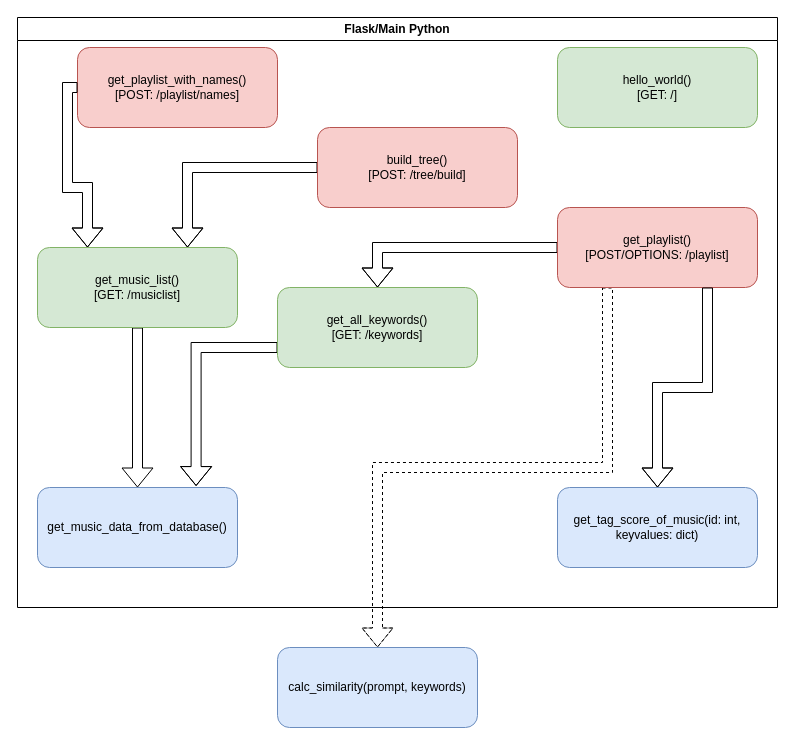
This is charts/tags.drawio from Hearlex/smart-playlist, a draw.io file, before an edit. Source tidied: cells renumbered, new cells numbered last; positions are measured from the earlier drawing's top-left corner, leaving out a move shared by most shapes. Both pictures are drawn from the tidied source at 100%, with x=0, y=0 at pixel (17, 17).
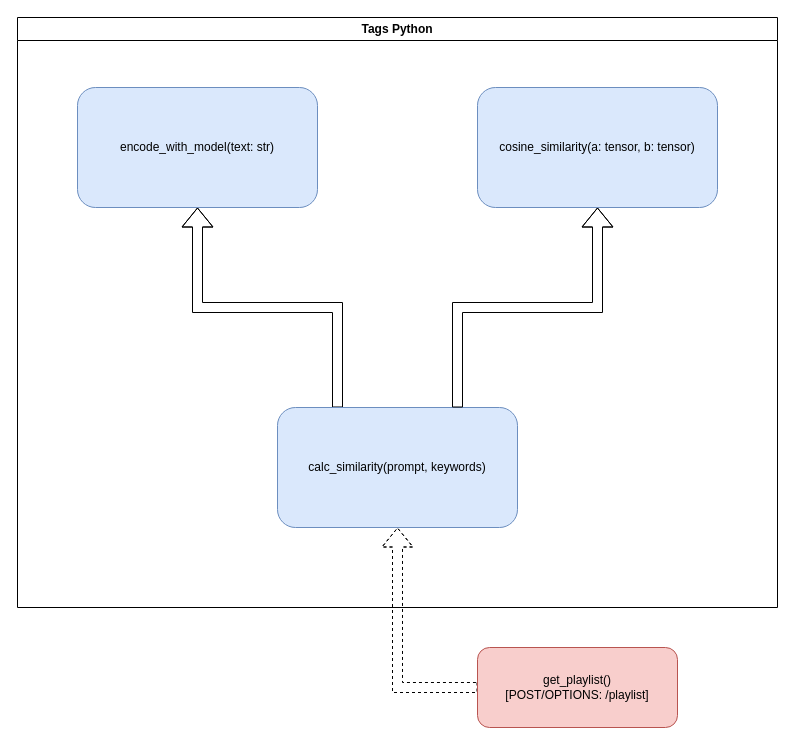
The same page after the edit.

Change to the diagram source:
```diff
@@
 <mxGraphModel>
   <root>
     <mxCell id="0" />
     <mxCell id="1" parent="0" />
-    <mxCell id="2" value="get_music_data_from_database()" style="rounded=1;whiteSpace=wrap;html=1;fillColor=#dae8fc;strokeColor=#6c8ebf;" parent="1" vertex="1">
-      <mxGeometry x="20" y="470" width="200" height="80" as="geometry" />
-    </mxCell>
-    <mxCell id="3" value="get_tag_score_of_music(id: int, keyvalues: dict)" style="rounded=1;whiteSpace=wrap;html=1;fillColor=#dae8fc;strokeColor=#6c8ebf;" parent="1" vertex="1">
-      <mxGeometry x="540" y="470" width="200" height="80" as="geometry" />
-    </mxCell>
-    <mxCell id="4" style="edgeStyle=orthogonalEdgeStyle;rounded=0;jettySize=auto;html=1;entryX=0.793;entryY=-0.018;entryDx=0;entryDy=0;entryPerimeter=0;shape=flexArrow;exitX=0;exitY=0.75;exitDx=0;exitDy=0;" parent="1" edge="1" source="5" target="2">
-      <mxGeometry relative="1" as="geometry" />
-    </mxCell>
-    <mxCell id="5" value="get_all_keywords()&lt;br&gt;[GET: /keywords]" style="rounded=1;whiteSpace=wrap;html=1;fillColor=#d5e8d4;strokeColor=#82b366;" parent="1" vertex="1">
-      <mxGeometry x="260" y="270" width="200" height="80" as="geometry" />
-    </mxCell>
-    <mxCell id="6" style="edgeStyle=orthogonalEdgeStyle;rounded=0;jettySize=auto;html=1;entryX=0.75;entryY=0;entryDx=0;entryDy=0;shape=flexArrow;" parent="1" edge="1" source="7" target="9">
-      <mxGeometry relative="1" as="geometry" />
-    </mxCell>
-    <mxCell id="7" value="build_tree()&lt;br&gt;[POST: /tree/build]" style="rounded=1;whiteSpace=wrap;html=1;fillColor=#f8cecc;strokeColor=#b85450;" parent="1" vertex="1">
-      <mxGeometry x="300" y="110" width="200" height="80" as="geometry" />
-    </mxCell>
-    <mxCell id="8" style="edgeStyle=orthogonalEdgeStyle;rounded=0;jettySize=auto;html=1;shape=flexArrow;" parent="1" edge="1" source="9" target="2">
-      <mxGeometry relative="1" as="geometry" />
-    </mxCell>
-    <mxCell id="9" value="get_music_list()&lt;br&gt;[GET: /musiclist]" style="rounded=1;whiteSpace=wrap;html=1;fillColor=#d5e8d4;strokeColor=#82b366;" parent="1" vertex="1">
-      <mxGeometry x="20" y="230" width="200" height="80" as="geometry" />
-    </mxCell>
-    <mxCell id="10" style="edgeStyle=orthogonalEdgeStyle;rounded=0;jettySize=auto;html=1;shape=flexArrow;entryX=0.5;entryY=0;entryDx=0;entryDy=0;" parent="1" edge="1" source="12" target="5">
-      <mxGeometry relative="1" as="geometry" />
-    </mxCell>
-    <mxCell id="11" style="edgeStyle=orthogonalEdgeStyle;rounded=0;jettySize=auto;html=1;shape=flexArrow;startArrow=none;startFill=0;dashed=1;exitX=0.25;exitY=1;exitDx=0;exitDy=0;" parent="1" edge="1" source="12" target="16">
+    <mxCell id="11" style="edgeStyle=orthogonalEdgeStyle;rounded=0;jettySize=auto;html=1;shape=flexArrow;startArrow=none;startFill=0;dashed=1;exitX=0;exitY=0.5;exitDx=0;exitDy=0;" parent="1" edge="1" source="12" target="16">
       <mxGeometry relative="1" as="geometry" />
     </mxCell>
     <mxCell id="12" value="get_playlist()&lt;br&gt;[POST/OPTIONS: /playlist]" style="rounded=1;whiteSpace=wrap;html=1;fillColor=#f8cecc;strokeColor=#b85450;" parent="1" vertex="1">
-      <mxGeometry x="540" y="190" width="200" height="80" as="geometry" />
+      <mxGeometry x="460" y="630" width="200" height="80" as="geometry" />
     </mxCell>
-    <mxCell id="13" value="get_playlist_with_names()&lt;br&gt;[POST: /playlist/names]" style="rounded=1;whiteSpace=wrap;html=1;fillColor=#f8cecc;strokeColor=#b85450;" parent="1" vertex="1">
-      <mxGeometry x="60" y="30" width="200" height="80" as="geometry" />
-    </mxCell>
-    <mxCell id="14" value="hello_world()&lt;br&gt;[GET: /]" style="rounded=1;whiteSpace=wrap;html=1;fillColor=#d5e8d4;strokeColor=#82b366;" parent="1" vertex="1">
-      <mxGeometry x="540" y="30" width="200" height="80" as="geometry" />
-    </mxCell>
-    <mxCell id="15" style="endArrow=block;startArrow=none;html=1;rounded=0;exitX=0;exitY=0.5;exitDx=0;exitDy=0;entryX=0.25;entryY=0;entryDx=0;entryDy=0;strokeWidth=1;shape=flexArrow;startFill=0;endFill=0;edgeStyle=orthogonalEdgeStyle;" parent="1" edge="1" source="13" target="9">
-      <mxGeometry relative="1" as="geometry" />
-    </mxCell>
+    <mxCell id="18" value="Tags Python" style="swimlane;whiteSpace=wrap;html=1;" parent="1" vertex="1">
+      <mxGeometry width="760" height="590" as="geometry" />
+    </mxCell>
+    <mxCell id="19" style="edgeStyle=orthogonalEdgeStyle;rounded=0;jettySize=auto;html=1;entryX=0.5;entryY=1;entryDx=0;entryDy=0;shape=flexArrow;exitX=0.25;exitY=0;exitDx=0;exitDy=0;" parent="18" edge="1" source="16" target="20">
+      <mxGeometry relative="1" as="geometry" />
+    </mxCell>
-    <mxCell id="16" value="calc_similarity(prompt, keywords)" style="rounded=1;whiteSpace=wrap;html=1;fillColor=#dae8fc;strokeColor=#6c8ebf;" parent="1" vertex="1">
-      <mxGeometry x="260" y="630" width="200" height="80" as="geometry" />
+    <mxCell id="16" value="calc_similarity(prompt, keywords)" style="rounded=1;whiteSpace=wrap;html=1;fillColor=#dae8fc;strokeColor=#6c8ebf;" parent="18" vertex="1">
+      <mxGeometry x="260" y="390" width="240" height="120" as="geometry" />
     </mxCell>
-    <mxCell id="17" style="edgeStyle=orthogonalEdgeStyle;rounded=0;jettySize=auto;html=1;shape=flexArrow;startArrow=none;startFill=0;exitX=0.75;exitY=1;exitDx=0;exitDy=0;entryX=0.5;entryY=0;entryDx=0;entryDy=0;" parent="1" edge="1" source="12" target="3">
-      <mxGeometry relative="1" as="geometry" />
-    </mxCell>
-    <mxCell id="18" value="Flask/Main Python" style="swimlane;whiteSpace=wrap;html=1;" parent="1" vertex="1">
-      <mxGeometry width="760" height="590" as="geometry" />
-    </mxCell>
+    <mxCell id="20" value="encode_with_model(text: str)" style="rounded=1;whiteSpace=wrap;html=1;fillColor=#dae8fc;strokeColor=#6c8ebf;" parent="18" vertex="1">
+      <mxGeometry x="60" y="70" width="240" height="120" as="geometry" />
+    </mxCell>
+    <mxCell id="21" value="cosine_similarity(a: tensor, b: tensor)" style="rounded=1;whiteSpace=wrap;html=1;fillColor=#dae8fc;strokeColor=#6c8ebf;" parent="18" vertex="1">
+      <mxGeometry x="460" y="70" width="240" height="120" as="geometry" />
+    </mxCell>
+    <mxCell id="22" style="edgeStyle=orthogonalEdgeStyle;rounded=0;jettySize=auto;html=1;entryX=0.5;entryY=1;entryDx=0;entryDy=0;shape=flexArrow;exitX=0.75;exitY=0;exitDx=0;exitDy=0;" parent="18" edge="1" source="16" target="21">
+      <mxGeometry relative="1" as="geometry" />
+    </mxCell>
   </root>
 </mxGraphModel>
```
